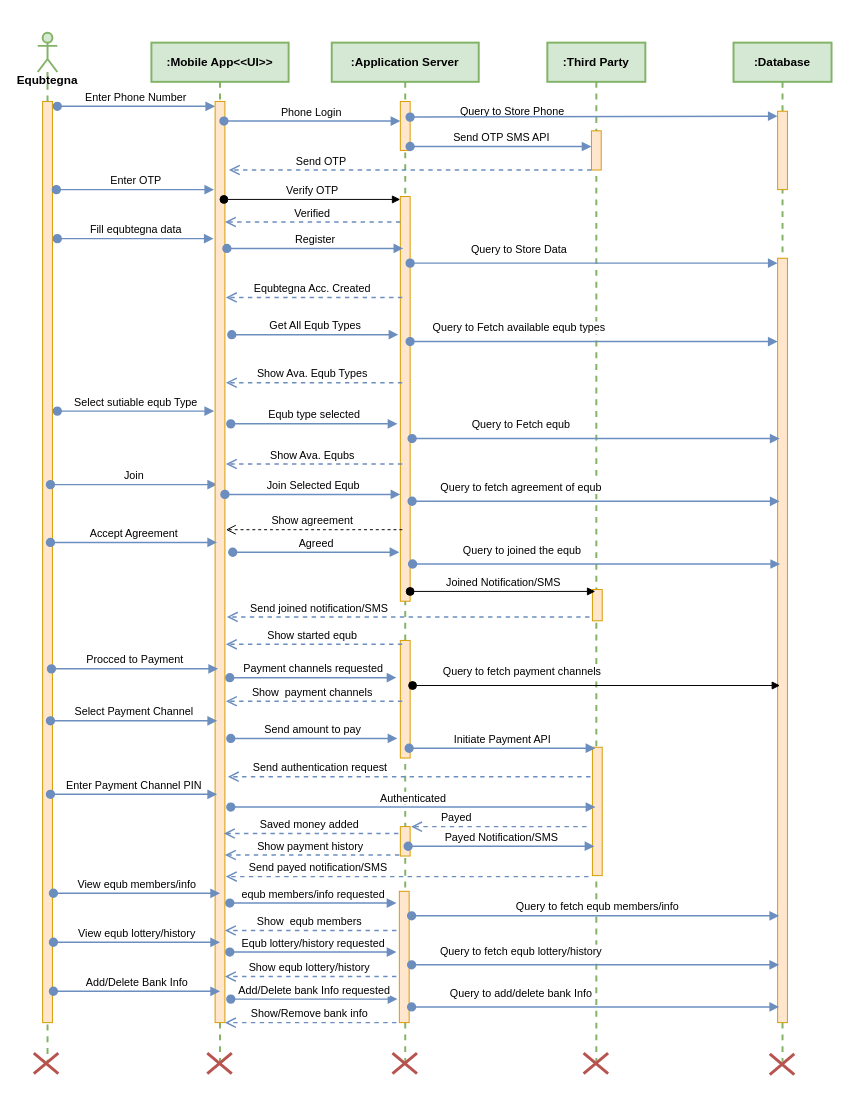
This is page "Page-4" (4 of 5) of Digital Equb DFD.drawio from fasil712/UML_Diagram_Design, a draw.io file, before an edit. Source tidied: cells renumbered, new cells numbered last; positions are measured from the earlier drawing's top-left corner, leaving out a move shared by most shapes. Both pictures are drawn from the tidied source at 98%, with x=0, y=0 at pixel (33, 32).
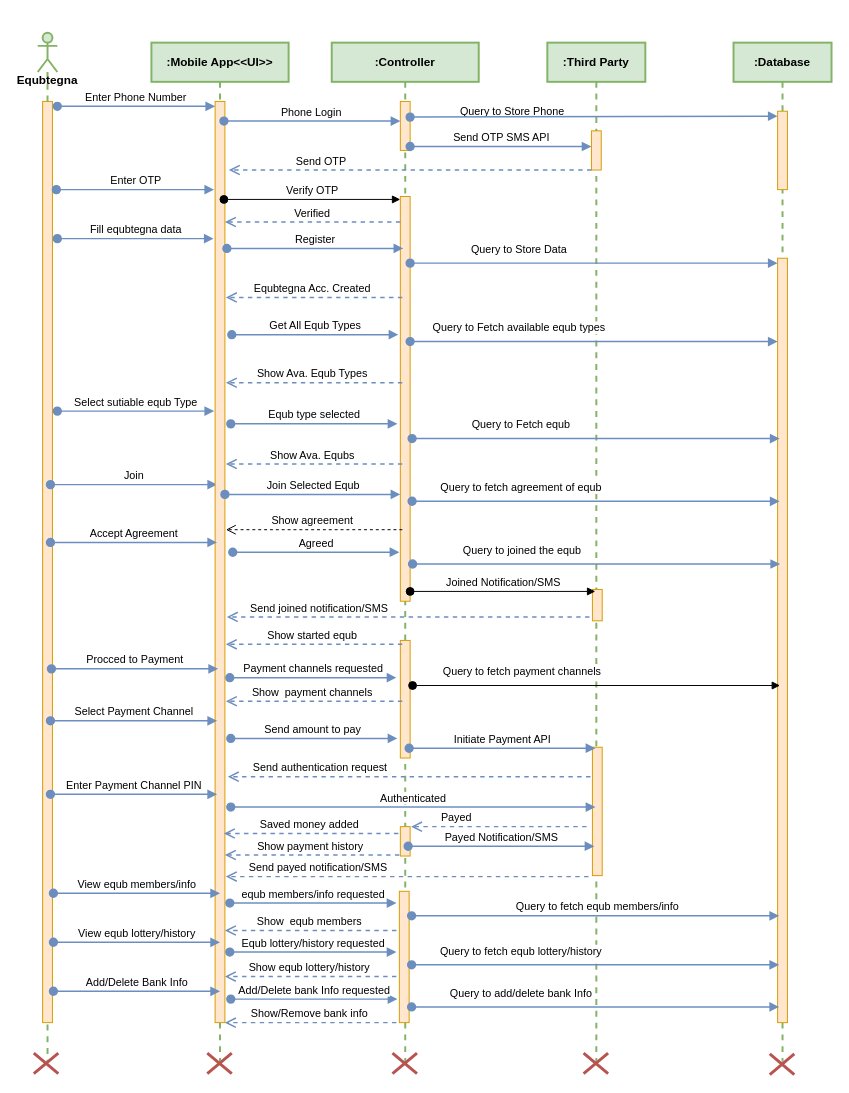
The same diagram, later.

Diff of the diagram source:
```diff
@@
-    <mxCell id="8" value=":Application Server" style="shape=umlLifeline;perimeter=lifelinePerimeter;whiteSpace=wrap;html=1;newEdgeStyle={&quot;curved&quot;:0,&quot;rounded&quot;:0};fontStyle=1;fillColor=#d5e8d4;strokeColor=#82b366;strokeWidth=2;" parent="1" vertex="1">
+    <mxCell id="8" value=":Controller" style="shape=umlLifeline;perimeter=lifelinePerimeter;whiteSpace=wrap;html=1;newEdgeStyle={&quot;curved&quot;:0,&quot;rounded&quot;:0};fontStyle=1;fillColor=#d5e8d4;strokeColor=#82b366;strokeWidth=2;" parent="1" vertex="1">
       <mxGeometry x="304" y="10" width="150" height="1040" as="geometry" />
     </mxCell>
```
